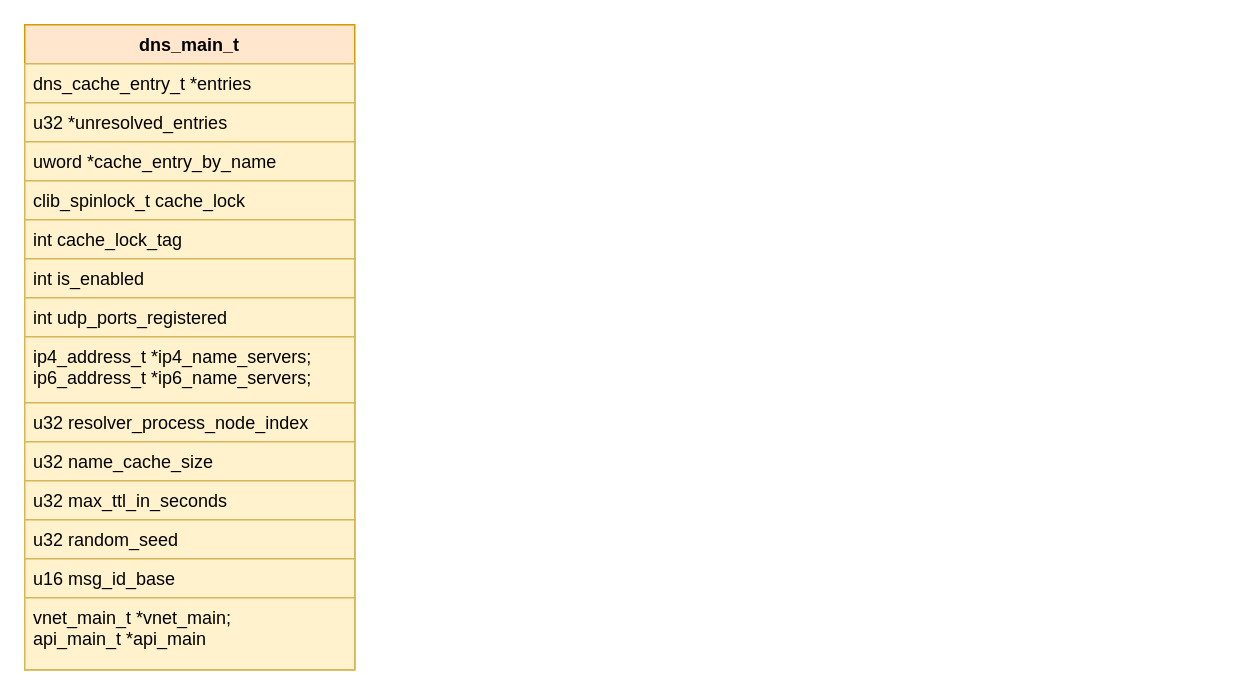
Earlier version of the draw.io diagram new_map/Untitled Diagram.drawio (jin13417/dpdk-vpp-learning). Source tidied: cells renumbered, new cells numbered last; positions are measured from the earlier drawing's top-left corner, leaving out a move shared by most shapes. Both pictures are drawn from the tidied source at 150%, with x=0, y=0 at pixel (24, 24).
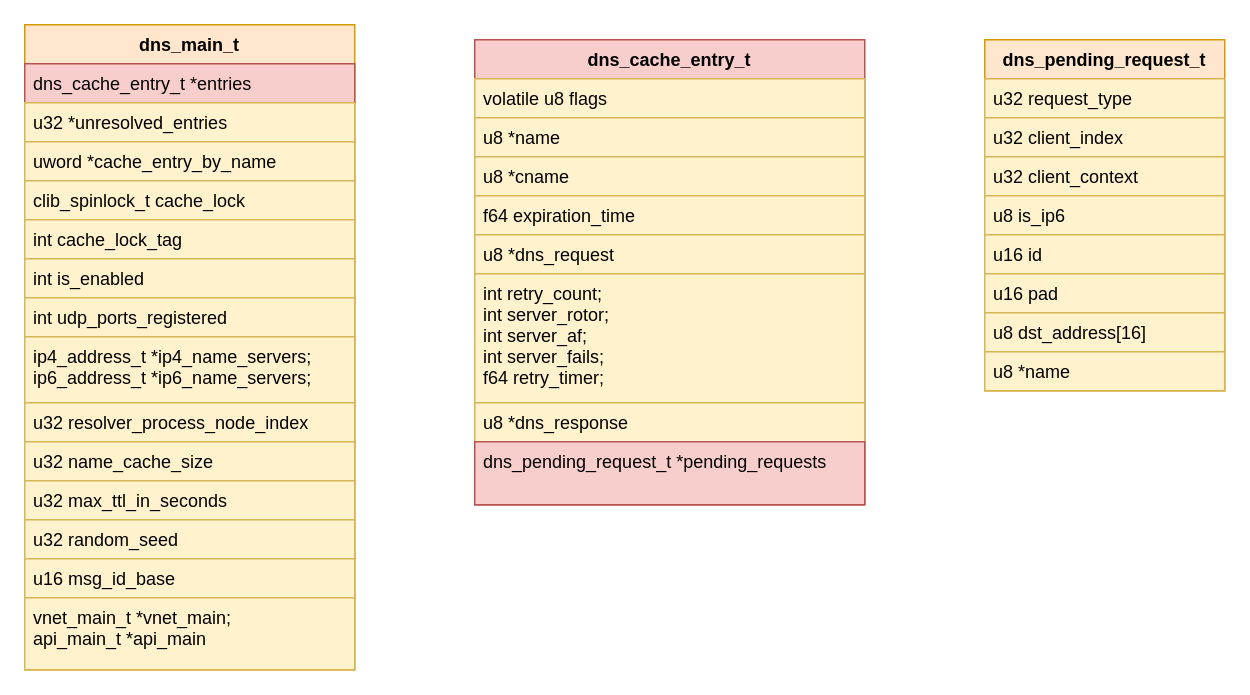
Above is the later version.

The change refers to these unchanged cells:
```xml
<mxCell id="2" value="dns_main_t" style="swimlane;fontStyle=1;align=center;verticalAlign=top;horizontal=1;startSize=26;fillColor=#ffe6cc;strokeColor=#d79b00;" parent="1" vertex="1">
  <mxGeometry width="220" height="430" as="geometry" />
</mxCell>
```

What changed in the source:
```diff
@@
-    <mxCell id="3" value="dns_cache_entry_t *entries" style="text;fillColor=#fff2cc;align=left;verticalAlign=top;spacingLeft=4;spacingRight=4;overflow=hidden;strokeColor=#d6b656;" parent="2" vertex="1">
+    <mxCell id="3" value="dns_cache_entry_t *entries" style="text;fillColor=#f8cecc;align=left;verticalAlign=top;spacingLeft=4;spacingRight=4;overflow=hidden;strokeColor=#b85450;" parent="2" vertex="1">
       <mxGeometry y="26" width="220" height="26" as="geometry" />
     </mxCell>
@@
+    <mxCell id="17" value="dns_cache_entry_t" style="swimlane;fontStyle=1;align=center;verticalAlign=top;horizontal=1;startSize=26;strokeColor=#b85450;fillColor=#f8cecc;" parent="1" vertex="1">
+      <mxGeometry x="300" y="10" width="260" height="310" as="geometry" />
+    </mxCell>
+    <mxCell id="18" value="volatile u8 flags" style="text;fillColor=#fff2cc;align=left;verticalAlign=top;spacingLeft=4;spacingRight=4;overflow=hidden;strokeColor=#d6b656;" parent="17" vertex="1">
+      <mxGeometry y="26" width="260" height="26" as="geometry" />
+    </mxCell>
+    <mxCell id="19" value="u8 *name" style="text;fillColor=#fff2cc;align=left;verticalAlign=top;spacingLeft=4;spacingRight=4;overflow=hidden;strokeColor=#d6b656;" parent="17" vertex="1">
+      <mxGeometry y="52" width="260" height="26" as="geometry" />
+    </mxCell>
+    <mxCell id="20" value="u8 *cname" style="text;fillColor=#fff2cc;align=left;verticalAlign=top;spacingLeft=4;spacingRight=4;overflow=hidden;strokeColor=#d6b656;" parent="17" vertex="1">
+      <mxGeometry y="78" width="260" height="26" as="geometry" />
+    </mxCell>
+    <mxCell id="21" value="f64 expiration_time" style="text;fillColor=#fff2cc;align=left;verticalAlign=top;spacingLeft=4;spacingRight=4;overflow=hidden;strokeColor=#d6b656;" parent="17" vertex="1">
+      <mxGeometry y="104" width="260" height="26" as="geometry" />
+    </mxCell>
+    <mxCell id="22" value="u8 *dns_request" style="text;fillColor=#fff2cc;align=left;verticalAlign=top;spacingLeft=4;spacingRight=4;overflow=hidden;strokeColor=#d6b656;" parent="17" vertex="1">
+      <mxGeometry y="130" width="260" height="26" as="geometry" />
+    </mxCell>
+    <mxCell id="23" value="int retry_count;&#10;int server_rotor;&#10;int server_af;&#10;int server_fails;&#10;f64 retry_timer;" style="text;fillColor=#fff2cc;align=left;verticalAlign=top;spacingLeft=4;spacingRight=4;overflow=hidden;strokeColor=#d6b656;" parent="17" vertex="1">
+      <mxGeometry y="156" width="260" height="86" as="geometry" />
+    </mxCell>
+    <mxCell id="24" value="u8 *dns_response" style="text;fillColor=#fff2cc;align=left;verticalAlign=top;spacingLeft=4;spacingRight=4;overflow=hidden;strokeColor=#d6b656;" parent="17" vertex="1">
+      <mxGeometry y="242" width="260" height="26" as="geometry" />
+    </mxCell>
+    <mxCell id="25" value="dns_pending_request_t *pending_requests" style="text;fillColor=#f8cecc;align=left;verticalAlign=top;spacingLeft=4;spacingRight=4;overflow=hidden;strokeColor=#b85450;" parent="17" vertex="1">
+      <mxGeometry y="268" width="260" height="42" as="geometry" />
+    </mxCell>
+    <mxCell id="26" value="dns_pending_request_t" style="swimlane;fontStyle=1;align=center;verticalAlign=top;horizontal=1;startSize=26;strokeColor=#d79b00;fillColor=#ffe6cc;" parent="1" vertex="1">
+      <mxGeometry x="640" y="10" width="160" height="234" as="geometry" />
+    </mxCell>
+    <mxCell id="27" value="u32 request_type" style="text;fillColor=#fff2cc;align=left;verticalAlign=top;spacingLeft=4;spacingRight=4;overflow=hidden;strokeColor=#d6b656;" parent="26" vertex="1">
+      <mxGeometry y="26" width="160" height="26" as="geometry" />
+    </mxCell>
+    <mxCell id="28" value="u32 client_index" style="text;fillColor=#fff2cc;align=left;verticalAlign=top;spacingLeft=4;spacingRight=4;overflow=hidden;strokeColor=#d6b656;" parent="26" vertex="1">
+      <mxGeometry y="52" width="160" height="26" as="geometry" />
+    </mxCell>
+    <mxCell id="29" value="u32 client_context" style="text;fillColor=#fff2cc;align=left;verticalAlign=top;spacingLeft=4;spacingRight=4;overflow=hidden;strokeColor=#d6b656;" parent="26" vertex="1">
+      <mxGeometry y="78" width="160" height="26" as="geometry" />
+    </mxCell>
+    <mxCell id="30" value="u8 is_ip6" style="text;fillColor=#fff2cc;align=left;verticalAlign=top;spacingLeft=4;spacingRight=4;overflow=hidden;strokeColor=#d6b656;" parent="26" vertex="1">
+      <mxGeometry y="104" width="160" height="26" as="geometry" />
+    </mxCell>
+    <mxCell id="31" value="u16 id" style="text;fillColor=#fff2cc;align=left;verticalAlign=top;spacingLeft=4;spacingRight=4;overflow=hidden;strokeColor=#d6b656;" parent="26" vertex="1">
+      <mxGeometry y="130" width="160" height="26" as="geometry" />
+    </mxCell>
+    <mxCell id="32" value="u16 pad" style="text;fillColor=#fff2cc;align=left;verticalAlign=top;spacingLeft=4;spacingRight=4;overflow=hidden;strokeColor=#d6b656;" parent="26" vertex="1">
+      <mxGeometry y="156" width="160" height="26" as="geometry" />
+    </mxCell>
+    <mxCell id="33" value="u8 dst_address[16]" style="text;fillColor=#fff2cc;align=left;verticalAlign=top;spacingLeft=4;spacingRight=4;overflow=hidden;strokeColor=#d6b656;" parent="26" vertex="1">
+      <mxGeometry y="182" width="160" height="26" as="geometry" />
+    </mxCell>
+    <mxCell id="34" value="u8 *name" style="text;fillColor=#fff2cc;align=left;verticalAlign=top;spacingLeft=4;spacingRight=4;overflow=hidden;strokeColor=#d6b656;" parent="26" vertex="1">
+      <mxGeometry y="208" width="160" height="26" as="geometry" />
+    </mxCell>
```
